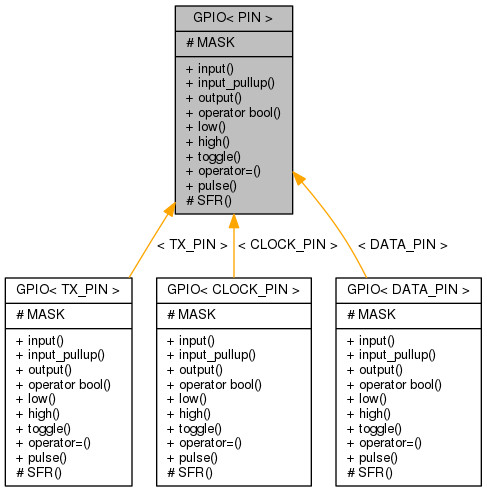
Before: Arduino-GPIO/d2/d50/classGPIO__inherit__graph.png, a diagram exported from Graphviz (mikaelpatel/mikaelpatel.github.io). Its source is kept beside it as Arduino-GPIO/d2/d50/classGPIO__inherit__graph.dot. Its diagram source:
```dot
digraph "GPIO&lt; PIN &gt;"
{
  edge [fontname="Helvetica",fontsize="10",labelfontname="Helvetica",labelfontsize="10"];
  node [fontname="Helvetica",fontsize="10",shape=record];
  Node1 [label="{GPIO\< PIN \>\n|# MASK\l|+ input()\l+ input_pullup()\l+ output()\l+ operator bool()\l+ low()\l+ high()\l+ toggle()\l+ operator=()\l+ pulse()\l# SFR()\l}",height=0.2,width=0.4,color="black", fillcolor="grey75", style="filled", fontcolor="black"];
  Node1 -> Node2 [dir="back",color="orange",fontsize="10",style="solid",label=" \< TX_PIN \>" ,fontname="Helvetica"];
  Node2 [label="{GPIO\< TX_PIN \>\n|# MASK\l|+ input()\l+ input_pullup()\l+ output()\l+ operator bool()\l+ low()\l+ high()\l+ toggle()\l+ operator=()\l+ pulse()\l# SFR()\l}",height=0.2,width=0.4,color="black", fillcolor="white", style="filled",URL="$d7/dde/classGPIO.html"];
  Node1 -> Node3 [dir="back",color="orange",fontsize="10",style="solid",label=" \< CLOCK_PIN \>" ,fontname="Helvetica"];
  Node3 [label="{GPIO\< CLOCK_PIN \>\n|# MASK\l|+ input()\l+ input_pullup()\l+ output()\l+ operator bool()\l+ low()\l+ high()\l+ toggle()\l+ operator=()\l+ pulse()\l# SFR()\l}",height=0.2,width=0.4,color="black", fillcolor="white", style="filled",URL="$d7/dde/classGPIO.html"];
  Node1 -> Node4 [dir="back",color="orange",fontsize="10",style="solid",label=" \< DATA_PIN \>" ,fontname="Helvetica"];
  Node4 [label="{GPIO\< DATA_PIN \>\n|# MASK\l|+ input()\l+ input_pullup()\l+ output()\l+ operator bool()\l+ low()\l+ high()\l+ toggle()\l+ operator=()\l+ pulse()\l# SFR()\l}",height=0.2,width=0.4,color="black", fillcolor="white", style="filled",URL="$d7/dde/classGPIO.html"];
}
```
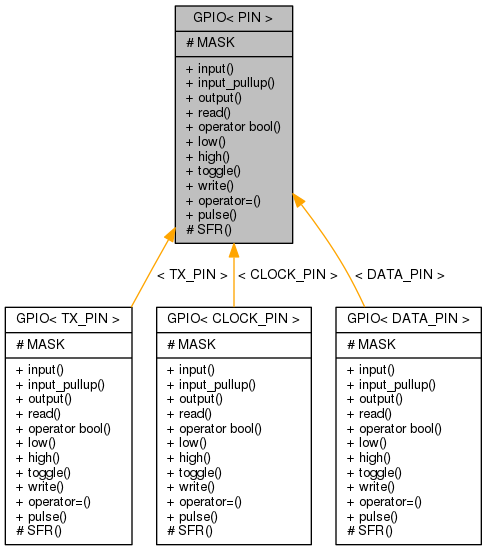
After the change.

Change to the diagram source:
```diff
@@ -2,11 +2,11 @@
 {
   edge [fontname="Helvetica",fontsize="10",labelfontname="Helvetica",labelfontsize="10"];
   node [fontname="Helvetica",fontsize="10",shape=record];
-  Node1 [label="{GPIO\< PIN \>\n|# MASK\l|+ input()\l+ input_pullup()\l+ output()\l+ operator bool()\l+ low()\l+ high()\l+ toggle()\l+ operator=()\l+ pulse()\l# SFR()\l}",height=0.2,width=0.4,color="black", fillcolor="grey75", style="filled", fontcolor="black"];
+  Node1 [label="{GPIO\< PIN \>\n|# MASK\l|+ input()\l+ input_pullup()\l+ output()\l+ read()\l+ operator bool()\l+ low()\l+ high()\l+ toggle()\l+ write()\l+ operator=()\l+ pulse()\l# SFR()\l}",height=0.2,width=0.4,color="black", fillcolor="grey75", style="filled", fontcolor="black"];
   Node1 -> Node2 [dir="back",color="orange",fontsize="10",style="solid",label=" \< TX_PIN \>" ,fontname="Helvetica"];
-  Node2 [label="{GPIO\< TX_PIN \>\n|# MASK\l|+ input()\l+ input_pullup()\l+ output()\l+ operator bool()\l+ low()\l+ high()\l+ toggle()\l+ operator=()\l+ pulse()\l# SFR()\l}",height=0.2,width=0.4,color="black", fillcolor="white", style="filled",URL="$d7/dde/classGPIO.html"];
+  Node2 [label="{GPIO\< TX_PIN \>\n|# MASK\l|+ input()\l+ input_pullup()\l+ output()\l+ read()\l+ operator bool()\l+ low()\l+ high()\l+ toggle()\l+ write()\l+ operator=()\l+ pulse()\l# SFR()\l}",height=0.2,width=0.4,color="black", fillcolor="white", style="filled",URL="$d7/dde/classGPIO.html"];
   Node1 -> Node3 [dir="back",color="orange",fontsize="10",style="solid",label=" \< CLOCK_PIN \>" ,fontname="Helvetica"];
-  Node3 [label="{GPIO\< CLOCK_PIN \>\n|# MASK\l|+ input()\l+ input_pullup()\l+ output()\l+ operator bool()\l+ low()\l+ high()\l+ toggle()\l+ operator=()\l+ pulse()\l# SFR()\l}",height=0.2,width=0.4,color="black", fillcolor="white", style="filled",URL="$d7/dde/classGPIO.html"];
+  Node3 [label="{GPIO\< CLOCK_PIN \>\n|# MASK\l|+ input()\l+ input_pullup()\l+ output()\l+ read()\l+ operator bool()\l+ low()\l+ high()\l+ toggle()\l+ write()\l+ operator=()\l+ pulse()\l# SFR()\l}",height=0.2,width=0.4,color="black", fillcolor="white", style="filled",URL="$d7/dde/classGPIO.html"];
   Node1 -> Node4 [dir="back",color="orange",fontsize="10",style="solid",label=" \< DATA_PIN \>" ,fontname="Helvetica"];
-  Node4 [label="{GPIO\< DATA_PIN \>\n|# MASK\l|+ input()\l+ input_pullup()\l+ output()\l+ operator bool()\l+ low()\l+ high()\l+ toggle()\l+ operator=()\l+ pulse()\l# SFR()\l}",height=0.2,width=0.4,color="black", fillcolor="white", style="filled",URL="$d7/dde/classGPIO.html"];
+  Node4 [label="{GPIO\< DATA_PIN \>\n|# MASK\l|+ input()\l+ input_pullup()\l+ output()\l+ read()\l+ operator bool()\l+ low()\l+ high()\l+ toggle()\l+ write()\l+ operator=()\l+ pulse()\l# SFR()\l}",height=0.2,width=0.4,color="black", fillcolor="white", style="filled",URL="$d7/dde/classGPIO.html"];
 }
```
